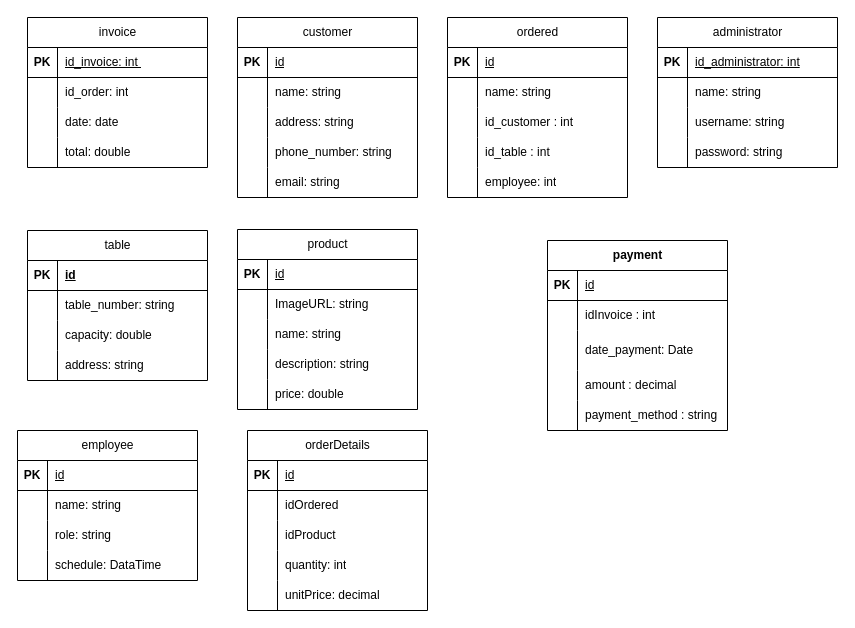
This is page "ER" (2 of 3) of Documents/Diagrama sin título.drawio from KevinAlvarezD/RestAdmin, a draw.io file, before an edit. Source tidied: cells renumbered, new cells numbered last; positions are measured from the earlier drawing's top-left corner, leaving out a move shared by most shapes. Both pictures are drawn from the tidied source at 100%, with x=0, y=0 at pixel (17, 17).
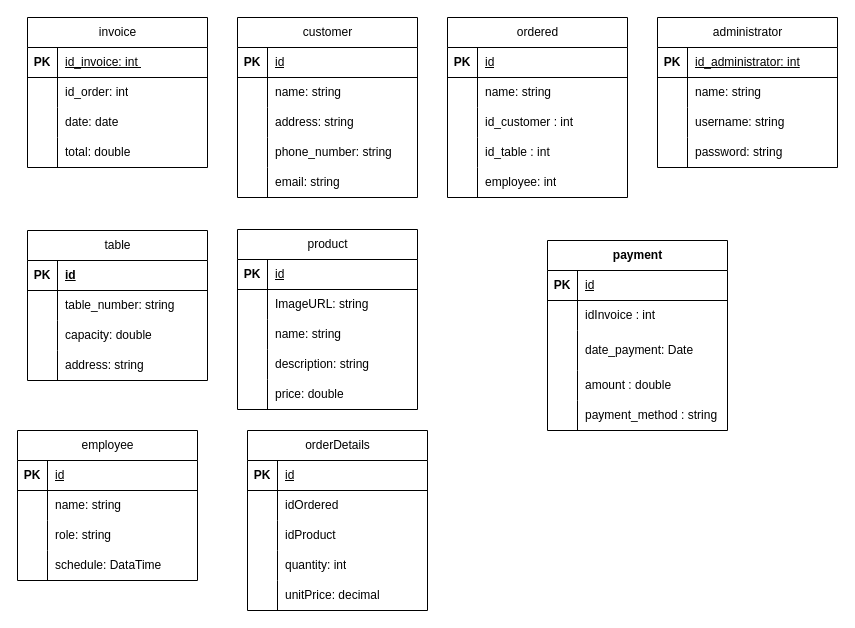
Above is the later version.

Unchanged cells that the change refers to:
```xml
<mxCell id="86" style="shape=tableRow;horizontal=0;startSize=0;swimlaneHead=0;swimlaneBody=0;fillColor=none;top=0;left=0;right=0;bottom=0;" parent="76" vertex="1">
  <mxGeometry y="130" width="180" height="30" as="geometry" />
</mxCell>
```

The edit, as a diff of the source:
```diff
@@
-    <mxCell id="88" value="&lt;span style=&quot;text-wrap: nowrap;&quot;&gt;amount : decimal&lt;/span&gt;" style="shape=partialRectangle;fillColor=none;top=0;left=0;bottom=0;right=0;align=left;spacingLeft=6;overflow=hidden;whiteSpace=wrap;html=1;" parent="86" vertex="1">
+    <mxCell id="88" value="&lt;span style=&quot;text-wrap: nowrap;&quot;&gt;amount :&amp;nbsp;&lt;/span&gt;&lt;span style=&quot;text-wrap: nowrap;&quot;&gt;double&lt;/span&gt;" style="shape=partialRectangle;fillColor=none;top=0;left=0;bottom=0;right=0;align=left;spacingLeft=6;overflow=hidden;whiteSpace=wrap;html=1;" parent="86" vertex="1">
       <mxGeometry x="30" width="150" height="30" as="geometry" />
     </mxCell>
```
